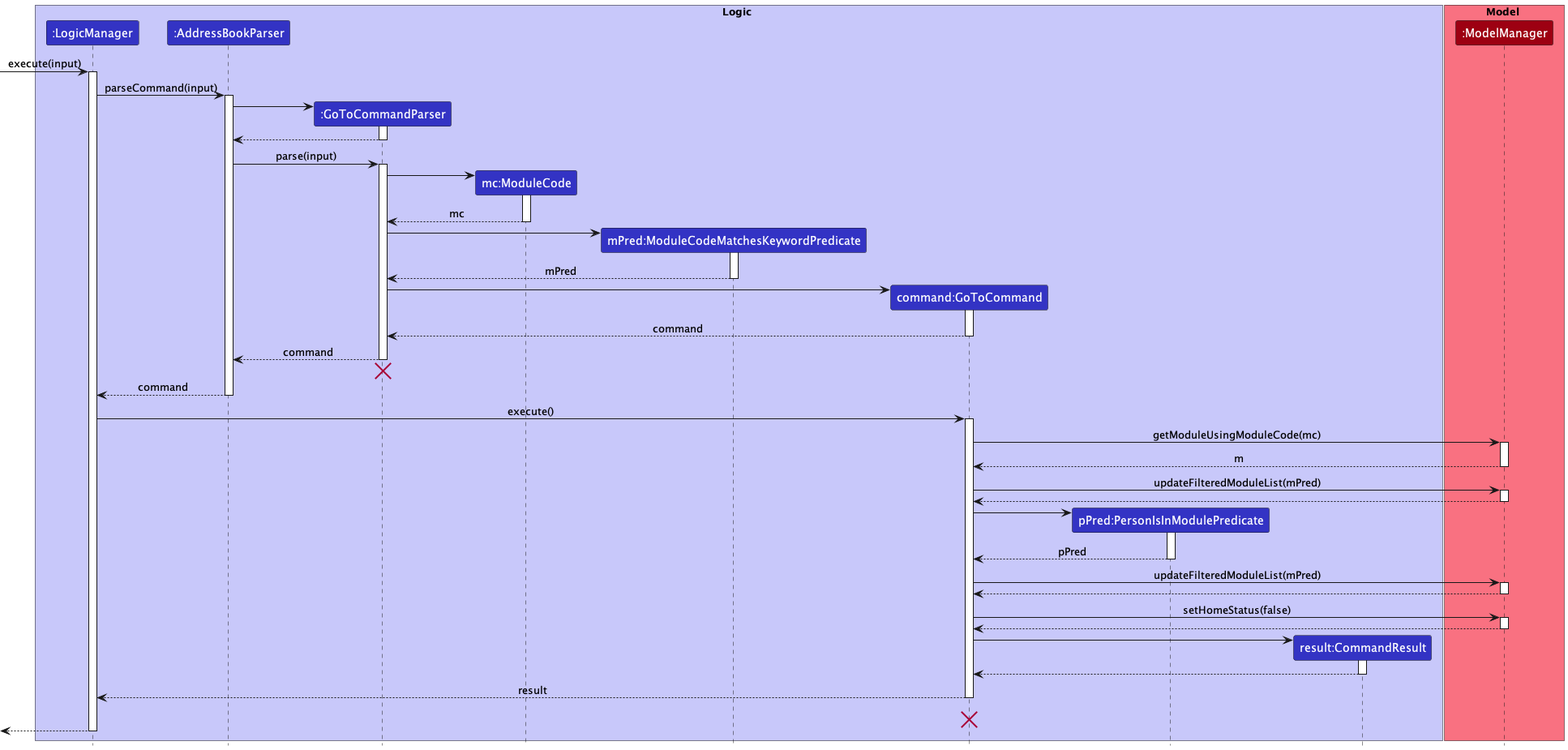
The PlantUML diagram docs/images/GoToSequenceDiagram.png in nus-cs2103-AY2223S1/tp, before a commit.
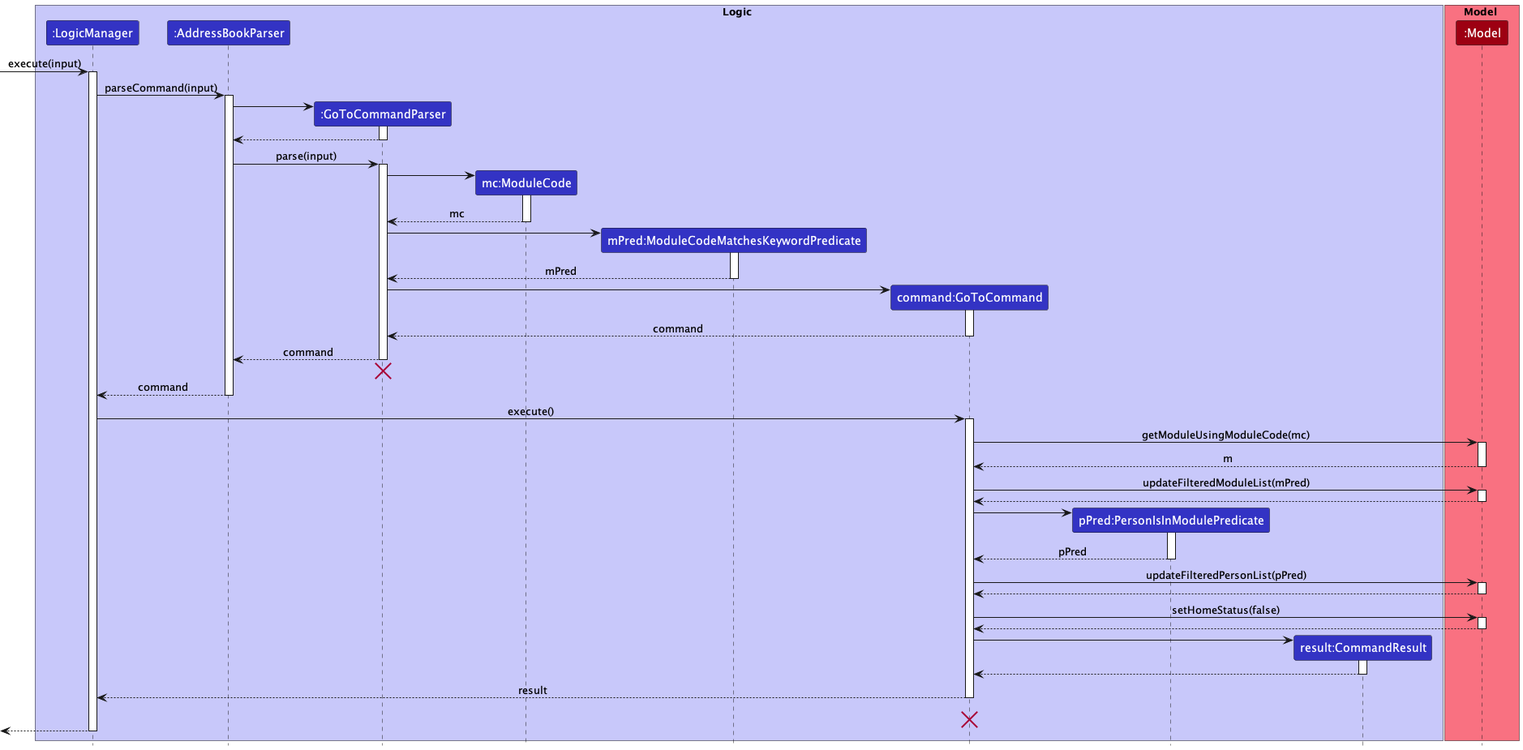
The same diagram one commit later.

What changed in the source:
```diff
@@ -13,7 +13,7 @@
 end box
 
 box Model MODEL_COLOR_T1
-participant ":ModelManager" as Model MODEL_COLOR
+participant ":Model" as Model MODEL_COLOR
 end box
 
 [-> LogicManager : execute(input)
@@ -78,7 +78,7 @@
 PersonIsInModulePredicate --> GoToCommand : pPred
 deactivate PersonIsInModulePredicate
 
-GoToCommand -> Model : updateFilteredModuleList(mPred)
+GoToCommand -> Model : updateFilteredPersonList(pPred)
 activate Model
 Model --> GoToCommand
 deactivate Model
```
